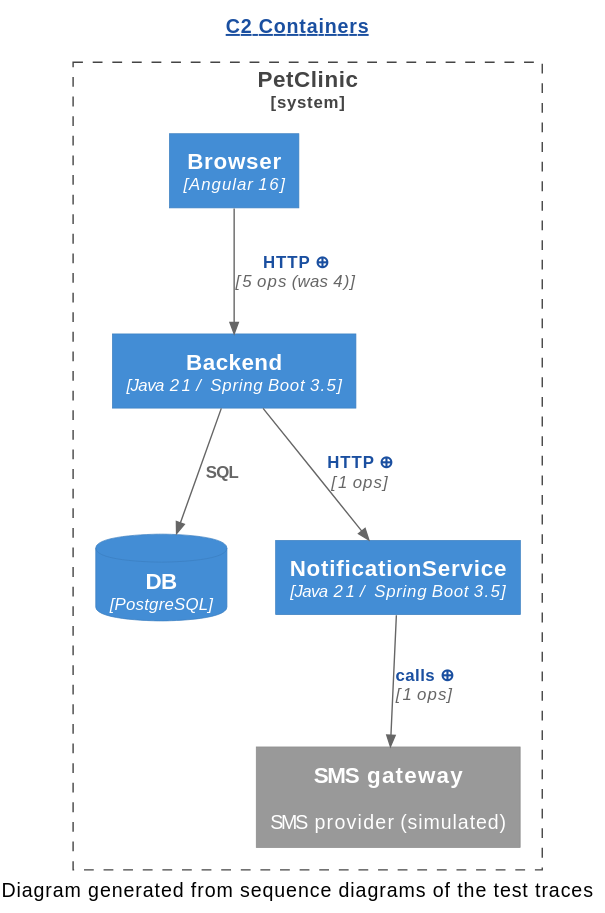
Above: demo/demo/assets/c2/C2-Containers.diff.svg in Winandvdb/human-review (PlantUML), before the change.
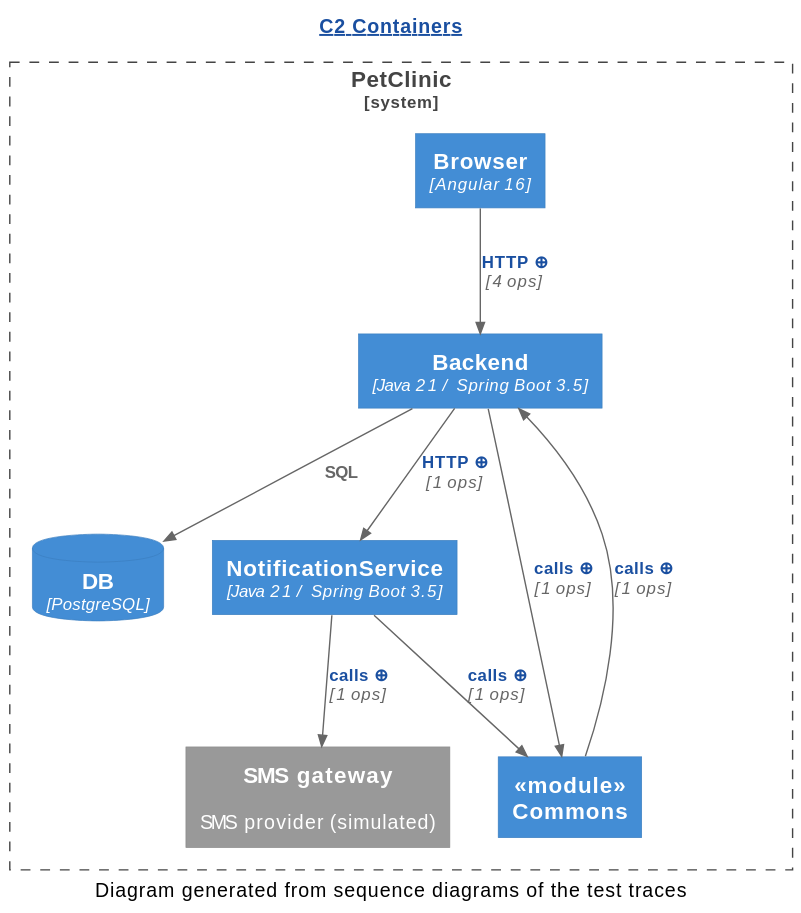
Later version of the same file.

Diff of the diagram source:
```diff
@@ -10,10 +10,14 @@
   ContainerDb(DB, "DB", "PostgreSQL", "")
   Container(NotificationService, "NotificationService", "Java 21 / Spring Boot 3.5", "")
   System_Ext(SMS_gateway, "SMS gateway", "SMS provider (simulated)", "")
+  Container(_module__nCommons, "«module»\nCommons", "", "")
 }
 Rel(Backend, DB, "SQL", "")
 Rel(Backend, NotificationService, "[[genseq://c2-279a196c9d{Click for the calls behind this line} HTTP ⊕]]", "1 ops")
-Rel(Browser, Backend, "[[genseq://c2-fb35163739{Click for the calls behind this line} HTTP ⊕]]", "5 ops (was 4)")
+Rel(Backend, _module__nCommons, "[[genseq://c2-103d57f8db{Click for the calls behind this line} calls ⊕]]", "1 ops")
+Rel(Browser, Backend, "[[genseq://c2-43d2943456{Click for the calls behind this line} HTTP ⊕]]", "4 ops")
 Rel(NotificationService, SMS_gateway, "[[genseq://c2-cb01a30b7a{Click for the calls behind this line} calls ⊕]]", "1 ops")
+Rel(NotificationService, _module__nCommons, "[[genseq://c2-e128eb6ba0{Click for the calls behind this line} calls ⊕]]", "1 ops")
+Rel(_module__nCommons, Backend, "[[genseq://c2-cd32149db2{Click for the calls behind this line} calls ⊕]]", "1 ops")
 caption Diagram generated from sequence diagrams of the test traces
 @enduml
```
